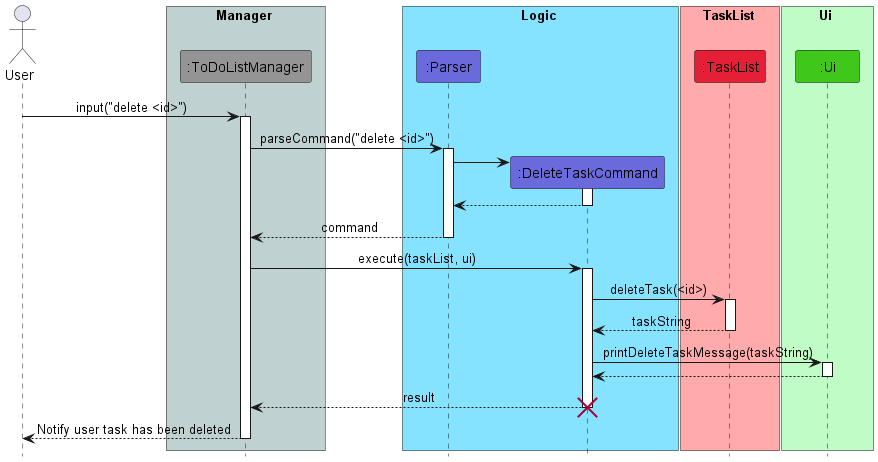
Above: docs/images/DeleteTaskCommandSequence.png in nus-cs2113-AY2223S2/tp (PlantUML), before the change.
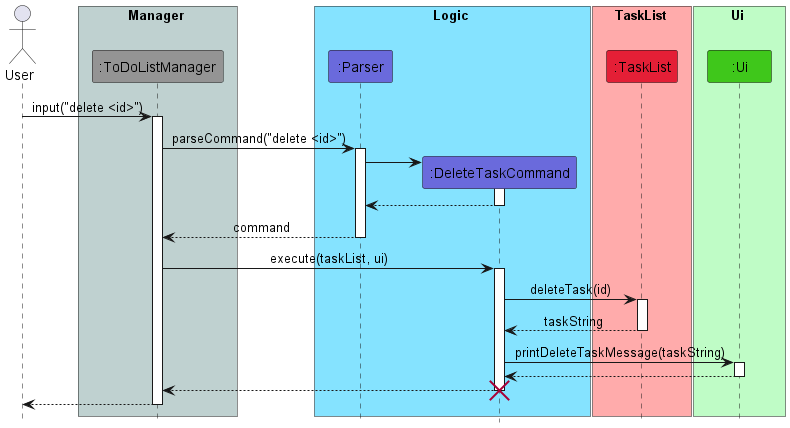
Later version of the same file.

What changed in the source:
```diff
@@ -33,7 +33,7 @@
 deactivate Parser
 ToDoListManager -> DeleteTaskCommand : execute(taskList, ui)
 activate DeleteTaskCommand
-DeleteTaskCommand -> TaskList: deleteTask(<id>)
+DeleteTaskCommand -> TaskList: deleteTask(id)
 activate TaskList
 TaskList --> DeleteTaskCommand : taskString
 deactivate TaskList
@@ -41,9 +41,9 @@
 activate Ui
 Ui --> DeleteTaskCommand
 deactivate Ui
-DeleteTaskCommand --> ToDoListManager : result
+DeleteTaskCommand --> ToDoListManager
 deactivate DeleteTaskCommand
 destroy DeleteTaskCommand
-ToDoListManager --> User : Notify user task has been deleted
+ToDoListManager --> User
 deactivate ToDoListManager
 @enduml
```
